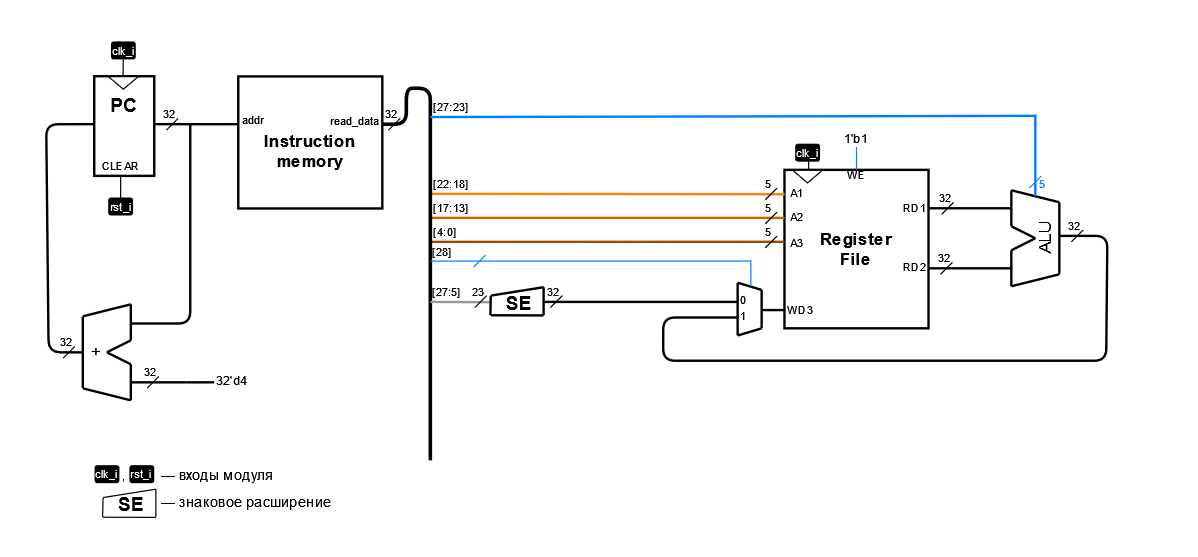
The draw.io diagram Labs/Pic/ppd_3.drawio.png in MPSU/exAPS, before a commit. Source tidied: cells renumbered, new cells last; positions are measured from the earlier drawing's top-left corner, leaving out a move shared by most shapes.
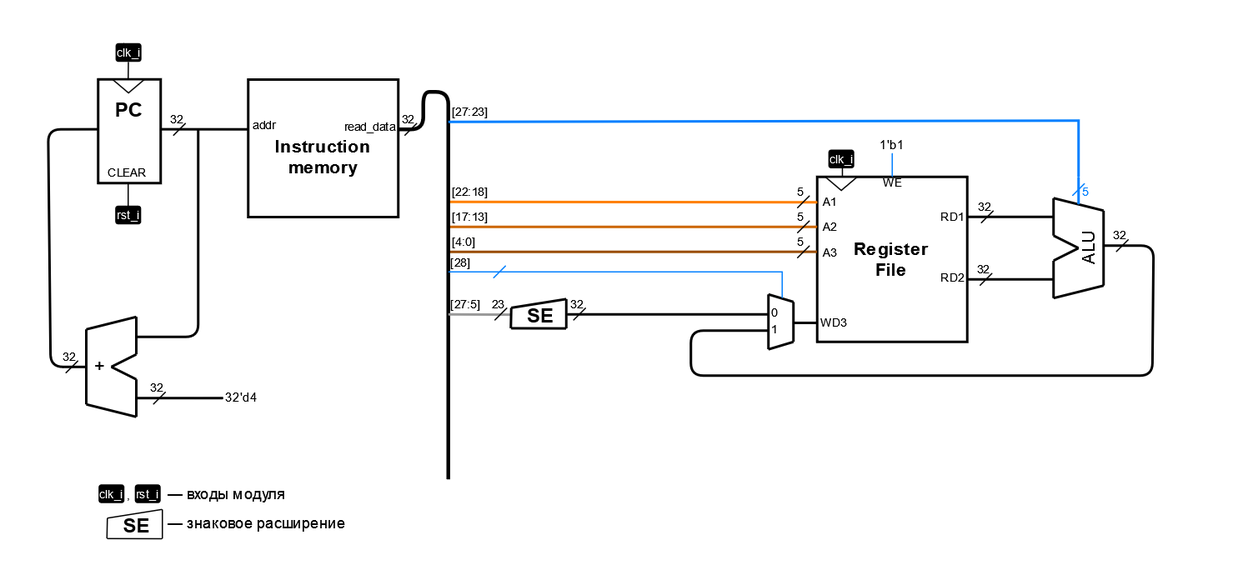
After the change.

What changed in the source:
```diff
@@ -514,57 +514,59 @@
     <mxCell id="107" value="1'b1" style="text;html=1;strokeColor=none;fillColor=none;align=center;verticalAlign=middle;whiteSpace=wrap;rounded=0;fontSize=10;fontColor=#000000;comic=0;jiggle=0.5;" parent="1" vertex="1">
       <mxGeometry x="708" y="110" width="10" height="10" as="geometry" />
     </mxCell>
-    <mxCell id="108" value="&lt;b&gt;PC&lt;/b&gt;" style="rounded=0;whiteSpace=wrap;html=1;comic=0;strokeColor=#000000;fontSize=16;fontColor=#000000;fillColor=none;verticalAlign=top;horizontal=1;spacingBottom=0;spacingTop=8;jiggle=0.5;strokeWidth=2;" parent="1" vertex="1">
-      <mxGeometry x="78" y="63" width="50" height="83" as="geometry" />
+    <mxCell id="108" style="endArrow=none;html=1;rounded=0;comic=0;strokeColor=#000000;fontSize=16;fontColor=#000000;startSize=6;endSize=6;exitX=1.014;exitY=0.481;exitDx=0;exitDy=0;exitPerimeter=0;jiggle=0.5;entryX=0;entryY=0.362;entryDx=0;entryDy=0;entryPerimeter=0;strokeWidth=2;" parent="1" edge="1" target="109">
+      <mxGeometry relative="1" as="geometry">
+        <mxPoint x="128.7" y="102.9" as="sourcePoint" />
+      </mxGeometry>
     </mxCell>
-    <mxCell id="109" style="endArrow=none;html=1;rounded=0;comic=0;strokeColor=#000000;fontSize=16;fontColor=#000000;startSize=6;endSize=6;exitX=1.014;exitY=0.481;exitDx=0;exitDy=0;exitPerimeter=0;jiggle=0.5;entryX=0;entryY=0.362;entryDx=0;entryDy=0;entryPerimeter=0;strokeWidth=2;" parent="1" edge="1" source="108" target="117">
-      <mxGeometry relative="1" as="geometry" />
+    <mxCell id="109" value="&lt;font style=&quot;font-size: 14px;&quot;&gt;&lt;b&gt;Instruction memory&lt;br&gt;&lt;/b&gt;&lt;/font&gt;" style="rounded=0;whiteSpace=wrap;html=1;fontSize=9;fontColor=#000000;comic=0;labelBackgroundColor=default;endArrow=none;strokeColor=#000000;startSize=6;endSize=6;jiggle=0.5;spacing=4;spacingTop=13;strokeWidth=2;" parent="1" vertex="1">
+      <mxGeometry x="198" y="63.2" width="120" height="110" as="geometry" />
     </mxCell>
-    <mxCell id="110" style="triangle;whiteSpace=wrap;html=1;rotation=90;comic=0;strokeColor=#000000;jiggle=0.5;fontColor=#000000;" parent="1" vertex="1">
-      <mxGeometry x="97" y="56.2" width="10.5" height="24.8" as="geometry" />
+    <mxCell id="110" style="endArrow=none;html=1;rounded=0;comic=0;jiggle=0.5;" parent="1" edge="1">
+      <mxGeometry relative="1" as="geometry">
+        <mxPoint x="138" y="108" as="sourcePoint" />
+        <mxPoint x="148" y="98" as="targetPoint" />
+      </mxGeometry>
     </mxCell>
-    <mxCell id="111" style="endArrow=none;html=1;rounded=0;comic=0;strokeColor=#000000;fontSize=16;fontColor=#000000;startSize=6;endSize=6;startArrow=none;jiggle=0.5;" parent="1" edge="1" source="112">
-      <mxGeometry relative="1" as="geometry">
-        <mxPoint x="102" y="41" as="targetPoint" />
-      </mxGeometry>
+    <mxCell id="111" value="32" style="text;html=1;strokeColor=none;fillColor=none;align=center;verticalAlign=middle;whiteSpace=wrap;rounded=0;fontSize=9;fontColor=#000000;comic=0;jiggle=0.5;" parent="1" vertex="1">
+      <mxGeometry x="136" y="90" width="10" height="10" as="geometry" />
     </mxCell>
-    <mxCell id="112" value="&lt;font color=&quot;#ffffff&quot;&gt;clk_i&lt;/font&gt;" style="text;html=1;strokeColor=none;fillColor=#000000;align=center;verticalAlign=middle;whiteSpace=wrap;rounded=1;fontSize=9;fontColor=#000000;comic=0;jiggle=0.5;" parent="1" vertex="1">
-      <mxGeometry x="91.9" y="34" width="20.7" height="15" as="geometry" />
+    <mxCell id="112" value="read_data" style="text;html=1;strokeColor=none;fillColor=none;align=right;verticalAlign=middle;whiteSpace=wrap;rounded=0;fontSize=9;fontColor=#000000;comic=0;jiggle=0.5;" parent="1" vertex="1">
+      <mxGeometry x="276" y="96" width="42" height="10" as="geometry" />
     </mxCell>
-    <mxCell id="113" style="endArrow=none;html=1;rounded=0;comic=0;strokeColor=#000000;fontSize=16;fontColor=#000000;startSize=6;endSize=6;jiggle=0.5;" parent="1" edge="1" target="112">
-      <mxGeometry relative="1" as="geometry">
-        <mxPoint x="102" y="63.2" as="sourcePoint" />
-      </mxGeometry>
+    <mxCell id="113" value="addr" style="text;html=1;strokeColor=none;fillColor=none;align=right;verticalAlign=middle;whiteSpace=wrap;rounded=0;fontSize=9;fontColor=#000000;comic=0;jiggle=0.5;" parent="1" vertex="1">
+      <mxGeometry x="202" y="95" width="20" height="10" as="geometry" />
     </mxCell>
-    <mxCell id="114" value="&lt;font&gt;CLEAR&lt;/font&gt;" style="text;html=1;strokeColor=none;fillColor=none;align=right;verticalAlign=middle;whiteSpace=wrap;rounded=0;fontSize=9;fontColor=#000000;comic=0;jiggle=0.5;" parent="1" vertex="1">
-      <mxGeometry x="88" y="133" width="30" height="10" as="geometry" />
+    <mxCell id="114" value="&lt;b&gt;PC&lt;/b&gt;" style="rounded=0;whiteSpace=wrap;html=1;comic=0;strokeColor=#000000;fontSize=16;fontColor=#000000;fillColor=none;verticalAlign=top;horizontal=1;spacingBottom=0;spacingTop=8;jiggle=0.5;strokeWidth=2;" parent="1" vertex="1">
+      <mxGeometry x="78" y="63" width="50" height="83" as="geometry" />
     </mxCell>
-    <mxCell id="115" style="endArrow=none;html=1;rounded=0;comic=0;strokeColor=#000000;fontSize=16;fontColor=#000000;startSize=6;endSize=6;jiggle=0.5;" parent="1" edge="1">
-      <mxGeometry relative="1" as="geometry">
-        <mxPoint x="100" y="169" as="sourcePoint" />
-        <mxPoint x="100" y="146" as="targetPoint" />
-      </mxGeometry>
+    <mxCell id="115" style="triangle;whiteSpace=wrap;html=1;rotation=90;comic=0;strokeColor=#000000;jiggle=0.5;fontColor=#000000;" parent="1" vertex="1">
+      <mxGeometry x="97" y="56.2" width="10.5" height="24.8" as="geometry" />
     </mxCell>
-    <mxCell id="116" value="&lt;font&gt;rst_i&lt;/font&gt;" style="text;html=1;strokeColor=none;fillColor=#000000;align=center;verticalAlign=middle;whiteSpace=wrap;rounded=1;fontSize=9;fontColor=#FFFFFF;comic=0;jiggle=0.5;" parent="1" vertex="1">
-      <mxGeometry x="89.6" y="164" width="20.7" height="15" as="geometry" />
+    <mxCell id="116" style="endArrow=none;html=1;rounded=0;comic=0;strokeColor=#000000;fontSize=16;fontColor=#000000;startSize=6;endSize=6;startArrow=none;jiggle=0.5;" parent="1" edge="1" source="117">
+      <mxGeometry relative="1" as="geometry">
+        <mxPoint x="102" y="41" as="targetPoint" />
+      </mxGeometry>
     </mxCell>
-    <mxCell id="117" value="&lt;font style=&quot;font-size: 14px;&quot;&gt;&lt;b&gt;Instruction memory&lt;br&gt;&lt;/b&gt;&lt;/font&gt;" style="rounded=0;whiteSpace=wrap;html=1;fontSize=9;fontColor=#000000;comic=0;labelBackgroundColor=default;endArrow=none;strokeColor=#000000;startSize=6;endSize=6;jiggle=0.5;spacing=4;spacingTop=13;strokeWidth=2;" parent="1" vertex="1">
-      <mxGeometry x="198" y="63.2" width="120" height="110" as="geometry" />
+    <mxCell id="117" value="&lt;font color=&quot;#ffffff&quot;&gt;clk_i&lt;/font&gt;" style="text;html=1;strokeColor=none;fillColor=#000000;align=center;verticalAlign=middle;whiteSpace=wrap;rounded=1;fontSize=9;fontColor=#000000;comic=0;jiggle=0.5;" parent="1" vertex="1">
+      <mxGeometry x="91.9" y="34" width="20.7" height="15" as="geometry" />
     </mxCell>
-    <mxCell id="118" style="endArrow=none;html=1;rounded=0;comic=0;jiggle=0.5;" parent="1" edge="1">
+    <mxCell id="118" style="endArrow=none;html=1;rounded=0;comic=0;strokeColor=#000000;fontSize=16;fontColor=#000000;startSize=6;endSize=6;jiggle=0.5;" parent="1" edge="1" target="117">
       <mxGeometry relative="1" as="geometry">
-        <mxPoint x="138" y="108" as="sourcePoint" />
-        <mxPoint x="148" y="98" as="targetPoint" />
+        <mxPoint x="102" y="63.2" as="sourcePoint" />
       </mxGeometry>
     </mxCell>
-    <mxCell id="119" value="32" style="text;html=1;strokeColor=none;fillColor=none;align=center;verticalAlign=middle;whiteSpace=wrap;rounded=0;fontSize=9;fontColor=#000000;comic=0;jiggle=0.5;" parent="1" vertex="1">
-      <mxGeometry x="136" y="90" width="10" height="10" as="geometry" />
+    <mxCell id="119" value="&lt;font&gt;CLEAR&lt;/font&gt;" style="text;html=1;strokeColor=none;fillColor=none;align=right;verticalAlign=middle;whiteSpace=wrap;rounded=0;fontSize=9;fontColor=#000000;comic=0;jiggle=0.5;" parent="1" vertex="1">
+      <mxGeometry x="89" y="133" width="30" height="10" as="geometry" />
     </mxCell>
-    <mxCell id="120" value="read_data" style="text;html=1;strokeColor=none;fillColor=none;align=right;verticalAlign=middle;whiteSpace=wrap;rounded=0;fontSize=9;fontColor=#000000;comic=0;jiggle=0.5;" parent="1" vertex="1">
-      <mxGeometry x="276" y="96" width="42" height="10" as="geometry" />
+    <mxCell id="120" style="endArrow=none;html=1;rounded=0;comic=0;strokeColor=#000000;fontSize=16;fontColor=#000000;startSize=6;endSize=6;jiggle=0.5;" parent="1" edge="1">
+      <mxGeometry relative="1" as="geometry">
+        <mxPoint x="102" y="169" as="sourcePoint" />
+        <mxPoint x="102" y="146" as="targetPoint" />
+      </mxGeometry>
     </mxCell>
-    <mxCell id="121" value="addr" style="text;html=1;strokeColor=none;fillColor=none;align=right;verticalAlign=middle;whiteSpace=wrap;rounded=0;fontSize=9;fontColor=#000000;comic=0;jiggle=0.5;" parent="1" vertex="1">
-      <mxGeometry x="202" y="95" width="20" height="10" as="geometry" />
+    <mxCell id="121" value="&lt;font&gt;rst_i&lt;/font&gt;" style="text;html=1;strokeColor=none;fillColor=#000000;align=center;verticalAlign=middle;whiteSpace=wrap;rounded=1;fontSize=9;fontColor=#FFFFFF;comic=0;jiggle=0.5;" parent="1" vertex="1">
+      <mxGeometry x="91.6" y="164" width="20.7" height="15" as="geometry" />
     </mxCell>
   </root>
 </mxGraphModel>
```
